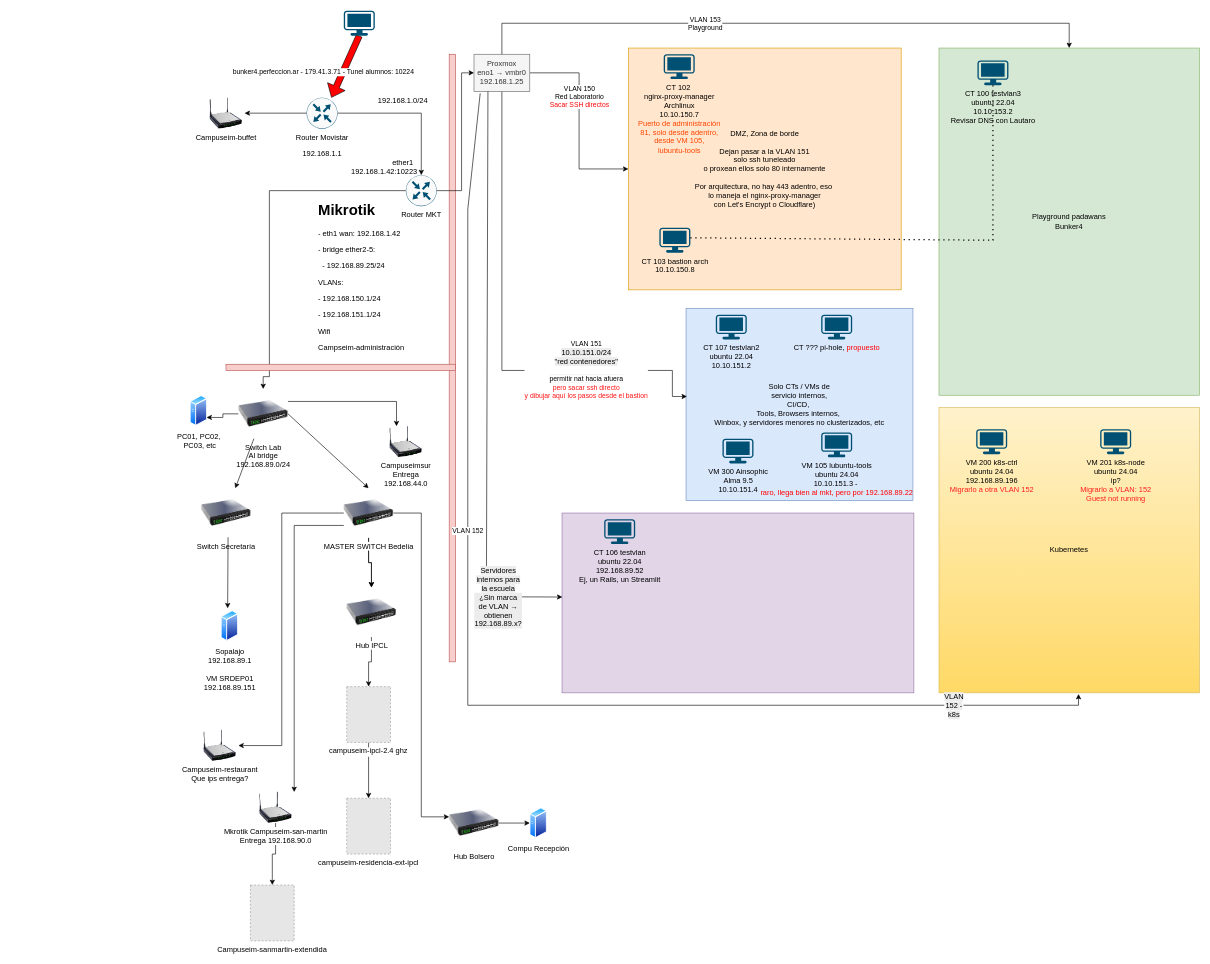
perfeccion-ar/infraestructura-clasica-y-avanzada keeps this draw.io diagram as red proxmox.drawio. Above is the earlier version. Source tidied: cells renumbered, new cells numbered last; positions are measured from the earlier drawing's top-left corner, leaving out a move shared by most shapes. Both pictures are drawn from the tidied source at 62%, with x=0, y=0 at pixel (190, 11). Pictures stored in the file or linked from it are replaced by grey dashed boxes.
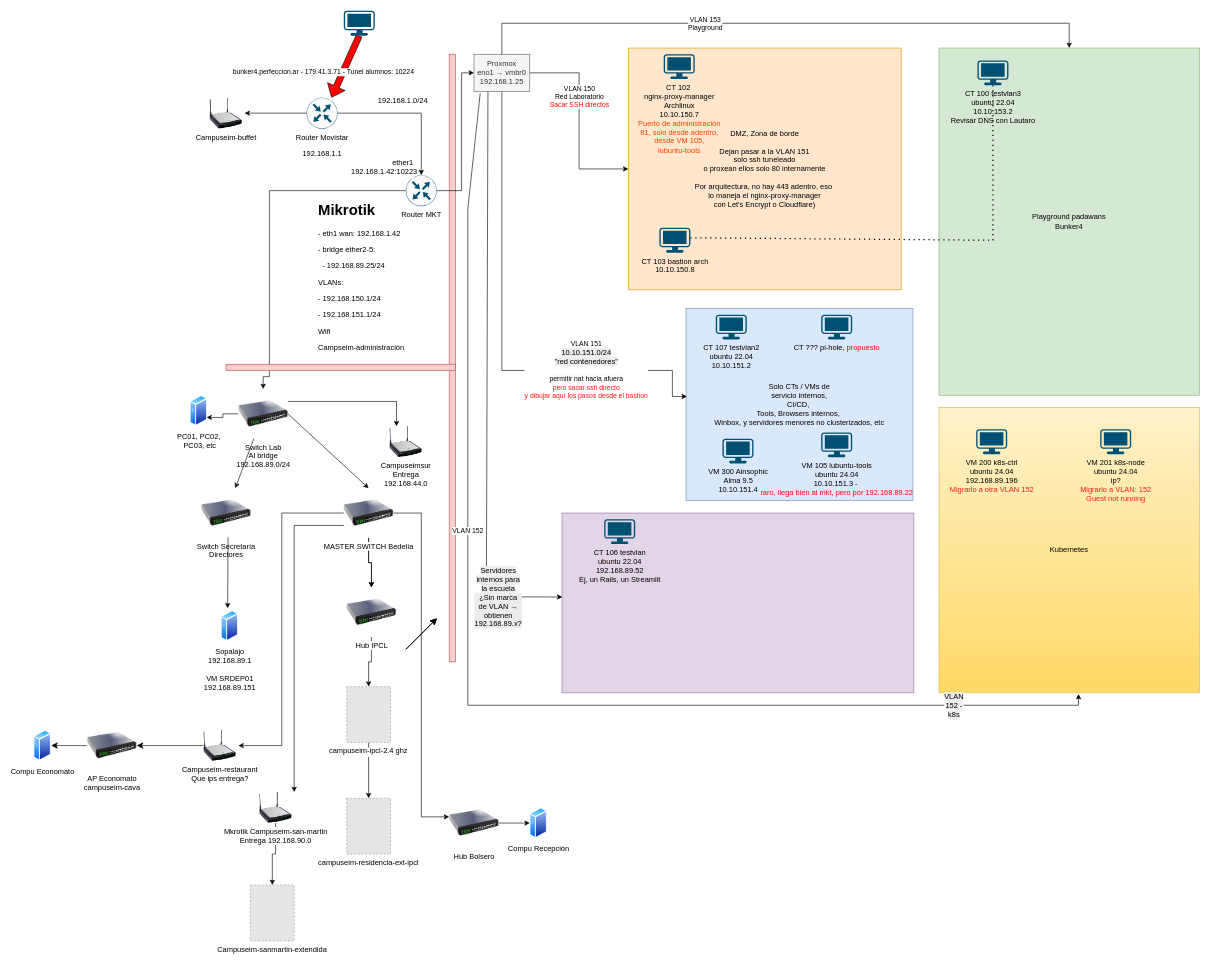
The same page after the edit.

Diff of the diagram source:
```diff
@@
-    <mxCell id="45" value="Switch Secretaría" style="image;html=1;image=img/lib/clip_art/networking/Switch_128x128.png;" parent="1" vertex="1">
+    <mxCell id="45" value="Switch Secretaría&lt;div&gt;Directores&lt;/div&gt;" style="image;html=1;image=img/lib/clip_art/networking/Switch_128x128.png;" parent="1" vertex="1">
       <mxGeometry x="18" y="770" width="80" height="80" as="geometry" />
     </mxCell>
@@
+    <mxCell id="75" style="edgeStyle=none;curved=1;rounded=0;jettySize=auto;html=1;exitX=0;exitY=0.5;exitDx=0;exitDy=0;fontSize=12;startSize=8;endSize=8;entryX=1;entryY=0.5;entryDx=0;entryDy=0;" parent="1" edge="1" target="78">
+      <mxGeometry relative="1" as="geometry">
+        <mxPoint x="21" y="1185" as="sourcePoint" />
+      </mxGeometry>
+    </mxCell>
@@
+    <mxCell id="76" style="endArrow=classic;html=1;rounded=0;fontSize=12;startSize=8;endSize=8;curved=1;" parent="1" edge="1">
+      <mxGeometry relative="1" as="geometry">
+        <mxPoint x="348" y="1030" as="sourcePoint" />
+        <mxPoint x="398" y="980" as="targetPoint" />
+      </mxGeometry>
+    </mxCell>
+    <mxCell id="77" style="edgeStyle=none;curved=1;rounded=0;jettySize=auto;html=1;exitX=0;exitY=0.5;exitDx=0;exitDy=0;entryX=1;entryY=0.5;entryDx=0;entryDy=0;fontSize=12;startSize=8;endSize=8;" parent="1" edge="1" source="78" target="79">
+      <mxGeometry relative="1" as="geometry" />
+    </mxCell>
+    <mxCell id="78" value="AP Economato&lt;div&gt;campuseim-cava&lt;/div&gt;" style="image;html=1;image=img/lib/clip_art/networking/Switch_128x128.png;" parent="1" vertex="1">
+      <mxGeometry x="-166" y="1145" width="80" height="80" as="geometry" />
+    </mxCell>
+    <mxCell id="79" value="Compu Economato" style="image;perimeter=ellipsePerimeter;html=1;align=center;shadow=0;dashed=0;spacingTop=3;image=img/lib/active_directory/generic_server.svg;" parent="1" vertex="1">
+      <mxGeometry x="-252" y="1160" width="28" height="50" as="geometry" />
+    </mxCell>
+    <mxCell id="80" style="endArrow=classic;html=1;rounded=0;fontSize=12;startSize=8;endSize=8;curved=1;" parent="1" edge="1">
+      <mxGeometry relative="1" as="geometry">
+        <mxPoint x="348" y="1030" as="sourcePoint" />
+        <mxPoint x="398" y="980" as="targetPoint" />
+      </mxGeometry>
+    </mxCell>
+    <mxCell id="81" style="endArrow=classic;html=1;rounded=0;fontSize=12;startSize=8;endSize=8;curved=1;" parent="1" edge="1">
+      <mxGeometry relative="1" as="geometry">
+        <mxPoint x="348" y="1030" as="sourcePoint" />
+        <mxPoint x="398" y="980" as="targetPoint" />
+      </mxGeometry>
+    </mxCell>
```
